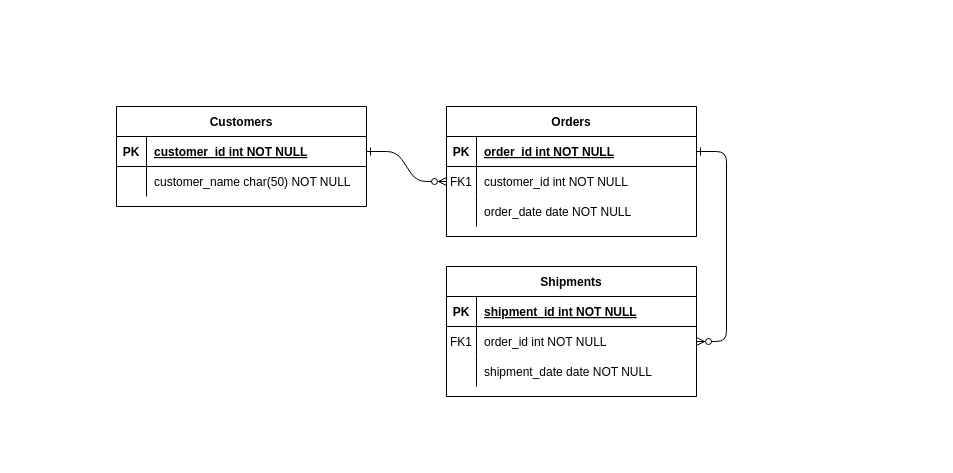
Above: Untitled Diagram.drawio in PFCorzo/dynamodb (draw.io), before the change. Source tidied: cells renumbered, new cells numbered last; positions are measured from the earlier drawing's top-left corner, leaving out a move shared by most shapes. Both pictures are drawn from the tidied source at 100%, with x=0, y=0 at pixel (116, 106).
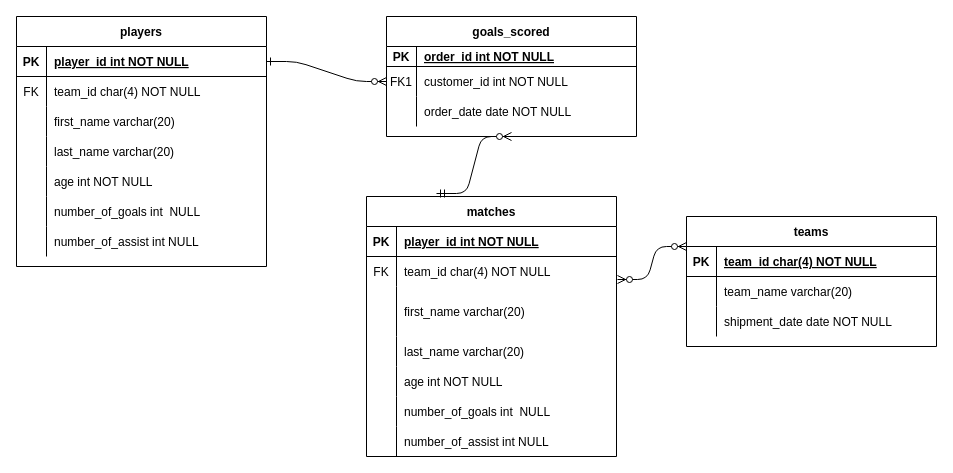
After the change.

The change refers to these unchanged cells:
```xml
<mxCell id="15" style="shape=partialRectangle;fillColor=none;top=0;left=0;right=0;bottom=1;" parent="14" vertex="1">
  <mxGeometry y="30" width="250" height="30" as="geometry" />
</mxCell>
<mxCell id="18" style="shape=partialRectangle;fillColor=none;points=[[0,0.5],[1,0.5]];portConstraint=eastwest;top=0;left=0;right=0;bottom=0;" parent="14" vertex="1">
  <mxGeometry y="60" width="250" height="30" as="geometry" />
</mxCell>
<mxCell id="25" style="shape=partialRectangle;fillColor=none;points=[[0,0.5],[1,0.5]];portConstraint=eastwest;top=0;left=0;right=0;bottom=1;" parent="24" vertex="1">
  <mxGeometry y="30" width="250" height="30" as="geometry" />
</mxCell>
<mxCell id="28" style="shape=partialRectangle;fillColor=none;top=0;left=0;right=0;bottom=0;" parent="24" vertex="1">
  <mxGeometry y="60" width="250" height="30" as="geometry" />
</mxCell>
```

What changed in the source:
```diff
@@
-    <mxCell id="3" style="edgeStyle=entityRelationEdgeStyle;endArrow=ERzeroToMany;startArrow=ERone;endFill=1;startFill=0;" parent="1" edge="1" source="5" target="18">
-      <mxGeometry relative="1" as="geometry" />
-    </mxCell>
-    <mxCell id="4" value="Orders" style="shape=table;startSize=30;childLayout=tableLayout;rowLines=0;fontStyle=1;align=center;" parent="1" vertex="1">
-      <mxGeometry x="330" width="250" height="130" as="geometry" />
+    <mxCell id="4" value="goals_scored" style="shape=table;startSize=30;childLayout=tableLayout;rowLines=0;fontStyle=1;align=center;points=[[0,0,0,0,0],[0,0.25,0,0,0],[0,0.5,0,0,0],[0,0.75,0,0,0],[0,1,0,0,0],[0.25,0,0,0,0],[0.25,1,0,0,0],[0.5,0,0,0,0],[0.5,1,0,0,0],[0.75,0,0,0,0],[0.75,1,0,0,0],[1,0,0,0,0],[1,0.25,0,0,0],[1,0.5,0,0,0],[1,0.75,0,0,0],[1,1,0,0,0]];" parent="1" vertex="1">
+      <mxGeometry x="270" y="-90" width="250" height="120" as="geometry" />
     </mxCell>
     <mxCell id="5" style="shape=partialRectangle;fillColor=none;points=[[0,0.5],[1,0.5]];portConstraint=eastwest;top=0;left=0;right=0;bottom=1;" parent="4" vertex="1">
-      <mxGeometry y="30" width="250" height="30" as="geometry" />
+      <mxGeometry y="30" width="250" height="20" as="geometry" />
     </mxCell>
     <mxCell id="6" value="PK" style="shape=partialRectangle;overflow=hidden;fillColor=none;top=0;left=0;bottom=0;right=0;fontStyle=1;" parent="5" vertex="1">
-      <mxGeometry width="30" height="30" as="geometry" />
+      <mxGeometry width="30" height="20" as="geometry" />
     </mxCell>
     <mxCell id="7" value="order_id int NOT NULL " style="shape=partialRectangle;overflow=hidden;fillColor=none;top=0;left=0;bottom=0;right=0;align=left;spacingLeft=6;fontStyle=5;" parent="5" vertex="1">
-      <mxGeometry x="30" width="220" height="30" as="geometry" />
+      <mxGeometry x="30" width="220" height="20" as="geometry" />
     </mxCell>
     <mxCell id="8" style="shape=partialRectangle;fillColor=none;points=[[0,0.5],[1,0.5]];portConstraint=eastwest;top=0;left=0;right=0;bottom=0;" parent="4" vertex="1">
-      <mxGeometry y="60" width="250" height="30" as="geometry" />
+      <mxGeometry y="50" width="250" height="30" as="geometry" />
     </mxCell>
@@
     <mxCell id="11" style="shape=partialRectangle;fillColor=none;top=0;left=0;right=0;bottom=0;" parent="4" vertex="1">
-      <mxGeometry y="90" width="250" height="30" as="geometry" />
+      <mxGeometry y="80" width="250" height="30" as="geometry" />
     </mxCell>
@@
-    <mxCell id="14" value="Shipments" style="shape=table;startSize=30;childLayout=tableLayout;rowLines=0;fontStyle=1;align=center;" parent="1" vertex="1">
-      <mxGeometry x="330" y="160" width="250" height="130" as="geometry" />
+    <mxCell id="14" value="teams" style="shape=table;startSize=30;childLayout=tableLayout;rowLines=0;fontStyle=1;align=center;" parent="1" vertex="1">
+      <mxGeometry x="570" y="110" width="250" height="130" as="geometry" />
     </mxCell>
@@
-    <mxCell id="17" value="shipment_id int NOT NULL " style="shape=partialRectangle;overflow=hidden;fillColor=none;top=0;left=0;bottom=0;right=0;align=left;spacingLeft=6;fontStyle=5;" parent="15" vertex="1">
+    <mxCell id="17" value="team_id char(4) NOT NULL" style="shape=partialRectangle;overflow=hidden;fillColor=none;top=0;left=0;bottom=0;right=0;align=left;spacingLeft=6;fontStyle=5;" parent="15" vertex="1">
       <mxGeometry x="30" width="220" height="30" as="geometry" />
     </mxCell>
@@
-    <mxCell id="19" value="FK1" style="shape=partialRectangle;overflow=hidden;fillColor=none;top=0;left=0;bottom=0;right=0;" parent="18" vertex="1">
+    <mxCell id="19" style="shape=partialRectangle;overflow=hidden;fillColor=none;top=0;left=0;bottom=0;right=0;" parent="18" vertex="1">
       <mxGeometry width="30" height="30" as="geometry" />
     </mxCell>
-    <mxCell id="20" value="order_id int NOT NULL" style="shape=partialRectangle;overflow=hidden;fillColor=none;top=0;left=0;bottom=0;right=0;align=left;spacingLeft=6;" parent="18" vertex="1">
+    <mxCell id="20" value="team_name varchar(20) " style="shape=partialRectangle;overflow=hidden;fillColor=none;top=0;left=0;bottom=0;right=0;align=left;spacingLeft=6;" parent="18" vertex="1">
       <mxGeometry x="30" width="220" height="30" as="geometry" />
     </mxCell>
@@
-    <mxCell id="24" value="Customers" style="shape=table;startSize=30;childLayout=tableLayout;rowLines=0;fontStyle=1;align=center;" parent="1" vertex="1">
-      <mxGeometry width="250" height="100" as="geometry" />
+    <mxCell id="24" value="players" style="shape=table;startSize=30;childLayout=tableLayout;rowLines=0;fontStyle=1;align=center;" parent="1" vertex="1">
+      <mxGeometry x="-100" y="-90" width="250" height="250" as="geometry" />
     </mxCell>
@@
-    <mxCell id="27" value="customer_id int NOT NULL " style="shape=partialRectangle;overflow=hidden;fillColor=none;top=0;left=0;bottom=0;right=0;align=left;spacingLeft=6;fontStyle=5;" parent="25" vertex="1">
+    <mxCell id="27" value="player_id int NOT NULL " style="shape=partialRectangle;overflow=hidden;fillColor=none;top=0;left=0;bottom=0;right=0;align=left;spacingLeft=6;fontStyle=5;" parent="25" vertex="1">
       <mxGeometry x="30" width="220" height="30" as="geometry" />
     </mxCell>
@@
-    <mxCell id="29" style="shape=partialRectangle;overflow=hidden;fillColor=none;top=0;left=0;bottom=0;right=0;" parent="28" vertex="1">
+    <mxCell id="29" value="FK" style="shape=partialRectangle;overflow=hidden;fillColor=none;top=0;left=0;bottom=0;right=0;" parent="28" vertex="1">
       <mxGeometry width="30" height="30" as="geometry" />
     </mxCell>
-    <mxCell id="30" value="customer_name char(50) NOT NULL" style="shape=partialRectangle;overflow=hidden;fillColor=none;top=0;left=0;bottom=0;right=0;align=left;spacingLeft=6;" parent="28" vertex="1">
+    <mxCell id="30" value="team_id char(4) NOT NULL" style="shape=partialRectangle;overflow=hidden;fillColor=none;top=0;left=0;bottom=0;right=0;align=left;spacingLeft=6;" parent="28" vertex="1">
       <mxGeometry x="30" width="220" height="30" as="geometry" />
     </mxCell>
+    <mxCell id="31" style="shape=partialRectangle;fillColor=none;top=0;left=0;right=0;bottom=0;" parent="24" vertex="1">
+      <mxGeometry y="90" width="250" height="30" as="geometry" />
+    </mxCell>
+    <mxCell id="32" style="shape=partialRectangle;overflow=hidden;fillColor=none;top=0;left=0;bottom=0;right=0;" parent="31" vertex="1">
+      <mxGeometry width="30" height="30" as="geometry" />
+    </mxCell>
+    <mxCell id="33" value="first_name varchar(20)" style="shape=partialRectangle;overflow=hidden;fillColor=none;top=0;left=0;bottom=0;right=0;align=left;spacingLeft=6;" parent="31" vertex="1">
+      <mxGeometry x="30" width="220" height="30" as="geometry" />
+    </mxCell>
+    <mxCell id="34" style="shape=partialRectangle;fillColor=none;top=0;left=0;right=0;bottom=0;" parent="24" vertex="1">
+      <mxGeometry y="120" width="250" height="30" as="geometry" />
+    </mxCell>
+    <mxCell id="35" style="shape=partialRectangle;overflow=hidden;fillColor=none;top=0;left=0;bottom=0;right=0;" parent="34" vertex="1">
+      <mxGeometry width="30" height="30" as="geometry" />
+    </mxCell>
+    <mxCell id="36" value="last_name varchar(20)" style="shape=partialRectangle;overflow=hidden;fillColor=none;top=0;left=0;bottom=0;right=0;align=left;spacingLeft=6;" parent="34" vertex="1">
+      <mxGeometry x="30" width="220" height="30" as="geometry" />
+    </mxCell>
+    <mxCell id="37" style="shape=partialRectangle;fillColor=none;top=0;left=0;right=0;bottom=0;" parent="24" vertex="1">
+      <mxGeometry y="150" width="250" height="30" as="geometry" />
+    </mxCell>
+    <mxCell id="38" style="shape=partialRectangle;overflow=hidden;fillColor=none;top=0;left=0;bottom=0;right=0;" parent="37" vertex="1">
+      <mxGeometry width="30" height="30" as="geometry" />
+    </mxCell>
+    <mxCell id="39" value="age int NOT NULL" style="shape=partialRectangle;overflow=hidden;fillColor=none;top=0;left=0;bottom=0;right=0;align=left;spacingLeft=6;" parent="37" vertex="1">
+      <mxGeometry x="30" width="220" height="30" as="geometry" />
+    </mxCell>
+    <mxCell id="40" style="shape=partialRectangle;fillColor=none;top=0;left=0;right=0;bottom=0;" parent="24" vertex="1">
+      <mxGeometry y="180" width="250" height="30" as="geometry" />
+    </mxCell>
+    <mxCell id="41" style="shape=partialRectangle;overflow=hidden;fillColor=none;top=0;left=0;bottom=0;right=0;" parent="40" vertex="1">
+      <mxGeometry width="30" height="30" as="geometry" />
+    </mxCell>
+    <mxCell id="42" value="number_of_goals int  NULL" style="shape=partialRectangle;overflow=hidden;fillColor=none;top=0;left=0;bottom=0;right=0;align=left;spacingLeft=6;" parent="40" vertex="1">
+      <mxGeometry x="30" width="220" height="30" as="geometry" />
+    </mxCell>
+    <mxCell id="43" style="shape=partialRectangle;fillColor=none;top=0;left=0;right=0;bottom=0;" parent="24" vertex="1">
+      <mxGeometry y="210" width="250" height="30" as="geometry" />
+    </mxCell>
+    <mxCell id="44" style="shape=partialRectangle;overflow=hidden;fillColor=none;top=0;left=0;bottom=0;right=0;" parent="43" vertex="1">
+      <mxGeometry width="30" height="30" as="geometry" />
+    </mxCell>
+    <mxCell id="45" value="number_of_assist int NULL " style="shape=partialRectangle;overflow=hidden;fillColor=none;top=0;left=0;bottom=0;right=0;align=left;spacingLeft=6;" parent="43" vertex="1">
+      <mxGeometry x="30" width="220" height="30" as="geometry" />
+    </mxCell>
+    <mxCell id="46" value="matches" style="shape=table;startSize=30;childLayout=tableLayout;rowLines=0;fontStyle=1;align=center;" parent="1" vertex="1">
+      <mxGeometry x="250" y="90" width="250" height="260" as="geometry" />
+    </mxCell>
+    <mxCell id="47" style="shape=partialRectangle;fillColor=none;top=0;left=0;right=0;bottom=1;" parent="46" vertex="1">
+      <mxGeometry y="30" width="250" height="30" as="geometry" />
+    </mxCell>
+    <mxCell id="48" value="PK" style="shape=partialRectangle;overflow=hidden;fillColor=none;top=0;left=0;bottom=0;right=0;fontStyle=1;" parent="47" vertex="1">
+      <mxGeometry width="30" height="30" as="geometry" />
+    </mxCell>
+    <mxCell id="49" value="player_id int NOT NULL " style="shape=partialRectangle;overflow=hidden;fillColor=none;top=0;left=0;bottom=0;right=0;align=left;spacingLeft=6;fontStyle=5;" parent="47" vertex="1">
+      <mxGeometry x="30" width="220" height="30" as="geometry" />
+    </mxCell>
+    <mxCell id="50" style="shape=partialRectangle;fillColor=none;points=[[0,0.5],[1,0.5]];portConstraint=eastwest;top=0;left=0;right=0;bottom=0;" parent="46" vertex="1">
+      <mxGeometry y="60" width="250" height="30" as="geometry" />
+    </mxCell>
+    <mxCell id="51" value="FK" style="shape=partialRectangle;overflow=hidden;fillColor=none;top=0;left=0;bottom=0;right=0;" parent="50" vertex="1">
+      <mxGeometry width="30" height="30" as="geometry" />
+    </mxCell>
+    <mxCell id="52" value="team_id char(4) NOT NULL" style="shape=partialRectangle;overflow=hidden;fillColor=none;top=0;left=0;bottom=0;right=0;align=left;spacingLeft=6;" parent="50" vertex="1">
+      <mxGeometry x="30" width="220" height="30" as="geometry" />
+    </mxCell>
+    <mxCell id="53" style="shape=partialRectangle;fillColor=none;top=0;left=0;right=0;bottom=0;" parent="46" vertex="1">
+      <mxGeometry y="90" width="250" height="50" as="geometry" />
+    </mxCell>
+    <mxCell id="54" style="shape=partialRectangle;overflow=hidden;fillColor=none;top=0;left=0;bottom=0;right=0;" parent="53" vertex="1">
+      <mxGeometry width="30" height="50" as="geometry" />
+    </mxCell>
+    <mxCell id="55" value="first_name varchar(20)" style="shape=partialRectangle;overflow=hidden;fillColor=none;top=0;left=0;bottom=0;right=0;align=left;spacingLeft=6;" parent="53" vertex="1">
+      <mxGeometry x="30" width="220" height="50" as="geometry" />
+    </mxCell>
+    <mxCell id="56" style="shape=partialRectangle;fillColor=none;top=0;left=0;right=0;bottom=0;" parent="46" vertex="1">
+      <mxGeometry y="140" width="250" height="30" as="geometry" />
+    </mxCell>
+    <mxCell id="57" style="shape=partialRectangle;overflow=hidden;fillColor=none;top=0;left=0;bottom=0;right=0;" parent="56" vertex="1">
+      <mxGeometry width="30" height="30" as="geometry" />
+    </mxCell>
+    <mxCell id="58" value="last_name varchar(20)" style="shape=partialRectangle;overflow=hidden;fillColor=none;top=0;left=0;bottom=0;right=0;align=left;spacingLeft=6;" parent="56" vertex="1">
+      <mxGeometry x="30" width="220" height="30" as="geometry" />
+    </mxCell>
+    <mxCell id="59" style="shape=partialRectangle;fillColor=none;top=0;left=0;right=0;bottom=0;" parent="46" vertex="1">
+      <mxGeometry y="170" width="250" height="30" as="geometry" />
+    </mxCell>
+    <mxCell id="60" style="shape=partialRectangle;overflow=hidden;fillColor=none;top=0;left=0;bottom=0;right=0;" parent="59" vertex="1">
+      <mxGeometry width="30" height="30" as="geometry" />
+    </mxCell>
+    <mxCell id="61" value="age int NOT NULL" style="shape=partialRectangle;overflow=hidden;fillColor=none;top=0;left=0;bottom=0;right=0;align=left;spacingLeft=6;" parent="59" vertex="1">
+      <mxGeometry x="30" width="220" height="30" as="geometry" />
+    </mxCell>
+    <mxCell id="62" style="shape=partialRectangle;fillColor=none;top=0;left=0;right=0;bottom=0;" parent="46" vertex="1">
+      <mxGeometry y="200" width="250" height="30" as="geometry" />
+    </mxCell>
+    <mxCell id="63" style="shape=partialRectangle;overflow=hidden;fillColor=none;top=0;left=0;bottom=0;right=0;" parent="62" vertex="1">
+      <mxGeometry width="30" height="30" as="geometry" />
+    </mxCell>
+    <mxCell id="64" value="number_of_goals int  NULL" style="shape=partialRectangle;overflow=hidden;fillColor=none;top=0;left=0;bottom=0;right=0;align=left;spacingLeft=6;" parent="62" vertex="1">
+      <mxGeometry x="30" width="220" height="30" as="geometry" />
+    </mxCell>
+    <mxCell id="65" style="shape=partialRectangle;fillColor=none;top=0;left=0;right=0;bottom=0;" parent="46" vertex="1">
+      <mxGeometry y="230" width="250" height="30" as="geometry" />
+    </mxCell>
+    <mxCell id="66" style="shape=partialRectangle;overflow=hidden;fillColor=none;top=0;left=0;bottom=0;right=0;" parent="65" vertex="1">
+      <mxGeometry width="30" height="30" as="geometry" />
+    </mxCell>
+    <mxCell id="67" value="number_of_assist int NULL " style="shape=partialRectangle;overflow=hidden;fillColor=none;top=0;left=0;bottom=0;right=0;align=left;spacingLeft=6;" parent="65" vertex="1">
+      <mxGeometry x="30" width="220" height="30" as="geometry" />
+    </mxCell>
+    <mxCell id="68" style="edgeStyle=entityRelationEdgeStyle;fontSize=12;html=1;endArrow=ERzeroToMany;startArrow=ERmandOne;rounded=1;strokeColor=default;entryX=0.5;entryY=1;entryDx=0;entryDy=0;entryPerimeter=0;" parent="1" edge="1" target="4">
+      <mxGeometry relative="1" as="geometry">
+        <mxPoint x="320" y="87" as="sourcePoint" />
+      </mxGeometry>
+    </mxCell>
+    <mxCell id="69" style="edgeStyle=entityRelationEdgeStyle;fontSize=12;html=1;endArrow=ERzeroToMany;endFill=1;startArrow=ERzeroToMany;rounded=1;strokeColor=default;exitX=1.004;exitY=0.767;exitDx=0;exitDy=0;exitPerimeter=0;" parent="1" edge="1" source="50">
+      <mxGeometry relative="1" as="geometry">
+        <mxPoint x="570" y="140" as="targetPoint" />
+      </mxGeometry>
+    </mxCell>
```
